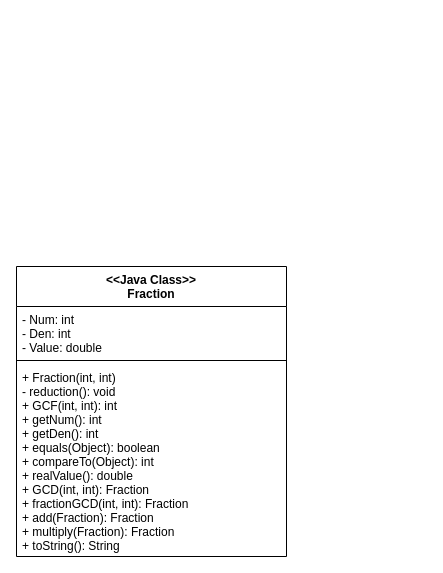
Earlier version of the draw.io diagram FractionUML.drawio (acolby94/Fraction_UML). Source tidied: cells renumbered, new cells numbered last; positions are measured from the earlier drawing's top-left corner, leaving out a move shared by most shapes. Both pictures are drawn from the tidied source at 100%, with x=0, y=0 at pixel (16, 266).
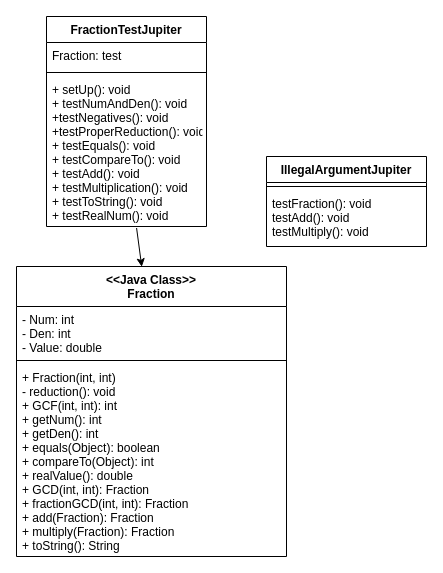
The same page after the edit.

What changed in the source:
```diff
@@
 <mxGraphModel>
   <root>
     <mxCell id="0" />
     <mxCell id="1" parent="0" />
     <mxCell id="2" value="&lt;&lt;Java Class&gt;&gt;&#10;Fraction" style="swimlane;fontStyle=1;align=center;verticalAlign=top;horizontal=1;startSize=40;" parent="1" vertex="1">
       <mxGeometry width="270" height="290" as="geometry" />
     </mxCell>
     <mxCell id="3" value="- Num: int&#10;- Den: int&#10;- Value: double" style="text;strokeColor=none;fillColor=none;align=left;verticalAlign=top;spacingLeft=4;spacingRight=4;overflow=hidden;" parent="2" vertex="1">
       <mxGeometry y="40" width="270" height="50" as="geometry" />
     </mxCell>
     <mxCell id="4" style="line;strokeWidth=1;fillColor=none;align=left;verticalAlign=middle;spacingTop=-1;spacingLeft=3;spacingRight=3;labelPosition=right;" parent="2" vertex="1">
       <mxGeometry y="90" width="270" height="8" as="geometry" />
     </mxCell>
     <mxCell id="5" value="+ Fraction(int, int)&#10;- reduction(): void&#10;+ GCF(int, int): int&#10;+ getNum(): int&#10;+ getDen(): int&#10;+ equals(Object): boolean&#10;+ compareTo(Object): int&#10;+ realValue(): double&#10;+ GCD(int, int): Fraction&#10;+ fractionGCD(int, int): Fraction&#10;+ add(Fraction): Fraction&#10;+ multiply(Fraction): Fraction&#10;+ toString(): String" style="text;strokeColor=none;fillColor=none;align=left;verticalAlign=top;spacingLeft=4;spacingRight=4;overflow=hidden;" parent="2" vertex="1">
       <mxGeometry y="98" width="270" height="192" as="geometry" />
     </mxCell>
+    <mxCell id="6" value="IllegalArgumentJupiter" style="swimlane;fontStyle=1;align=center;verticalAlign=top;horizontal=1;startSize=26;" parent="1" vertex="1">
+      <mxGeometry x="250" y="-110" width="160" height="90" as="geometry" />
+    </mxCell>
+    <mxCell id="7" style="line;strokeWidth=1;fillColor=none;align=left;verticalAlign=middle;spacingTop=-1;spacingLeft=3;spacingRight=3;labelPosition=right;" parent="6" vertex="1">
+      <mxGeometry y="26" width="160" height="8" as="geometry" />
+    </mxCell>
+    <mxCell id="8" value="testFraction(): void&#10;testAdd(): void&#10;testMultiply(): void" style="text;strokeColor=none;fillColor=none;align=left;verticalAlign=top;spacingLeft=4;spacingRight=4;overflow=hidden;" parent="6" vertex="1">
+      <mxGeometry y="34" width="160" height="56" as="geometry" />
+    </mxCell>
+    <mxCell id="9" value="FractionTestJupiter" style="swimlane;fontStyle=1;align=center;verticalAlign=top;horizontal=1;startSize=26;" parent="1" vertex="1">
+      <mxGeometry x="30" y="-250" width="160" height="210" as="geometry" />
+    </mxCell>
+    <mxCell id="10" value="Fraction: test" style="text;strokeColor=none;fillColor=none;align=left;verticalAlign=top;spacingLeft=4;spacingRight=4;overflow=hidden;" parent="9" vertex="1">
+      <mxGeometry y="26" width="160" height="26" as="geometry" />
+    </mxCell>
+    <mxCell id="11" style="line;strokeWidth=1;fillColor=none;align=left;verticalAlign=middle;spacingTop=-1;spacingLeft=3;spacingRight=3;labelPosition=right;" parent="9" vertex="1">
+      <mxGeometry y="52" width="160" height="8" as="geometry" />
+    </mxCell>
+    <mxCell id="12" value="+ setUp(): void&#10;+ testNumAndDen(): void&#10;+testNegatives(): void&#10;+testProperReduction(): void&#10;+ testEquals(): void&#10;+ testCompareTo(): void&#10;+ testAdd(): void&#10;+ testMultiplication(): void&#10;+ testToString(): void&#10;+ testRealNum(): void&#10;" style="text;strokeColor=none;fillColor=none;align=left;verticalAlign=top;spacingLeft=4;spacingRight=4;overflow=hidden;points=[[0,0.5],[1,0.5]];portConstraint=eastwest;" parent="9" vertex="1">
+      <mxGeometry y="60" width="160" height="150" as="geometry" />
+    </mxCell>
+    <mxCell id="13" style="endArrow=classic;html=1;exitX=0.563;exitY=1.01;exitDx=0;exitDy=0;exitPerimeter=0;entryX=0.464;entryY=0.001;entryDx=0;entryDy=0;entryPerimeter=0;" parent="1" edge="1" source="12" target="2">
+      <mxGeometry relative="1" as="geometry" />
+    </mxCell>
   </root>
 </mxGraphModel>
```
